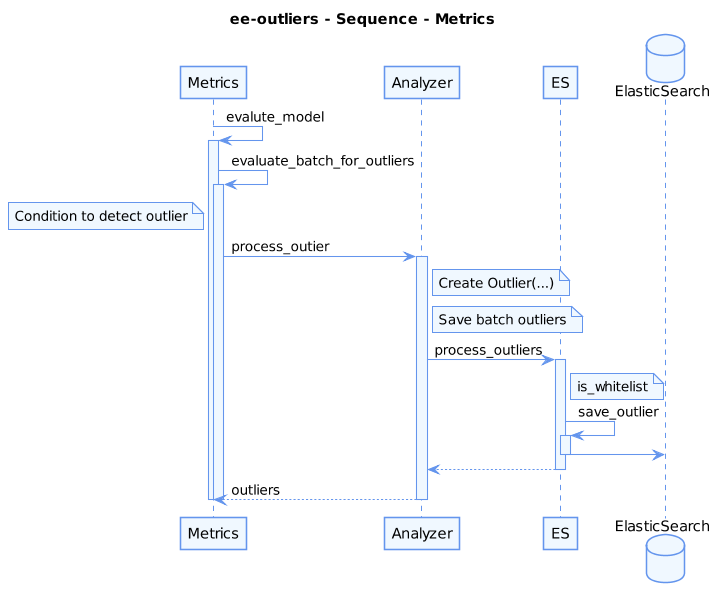
Before: documentation/UML/uml_sequence_metrics.png, a diagram exported from PlantUML (NVISOsecurity/ee-outliers).
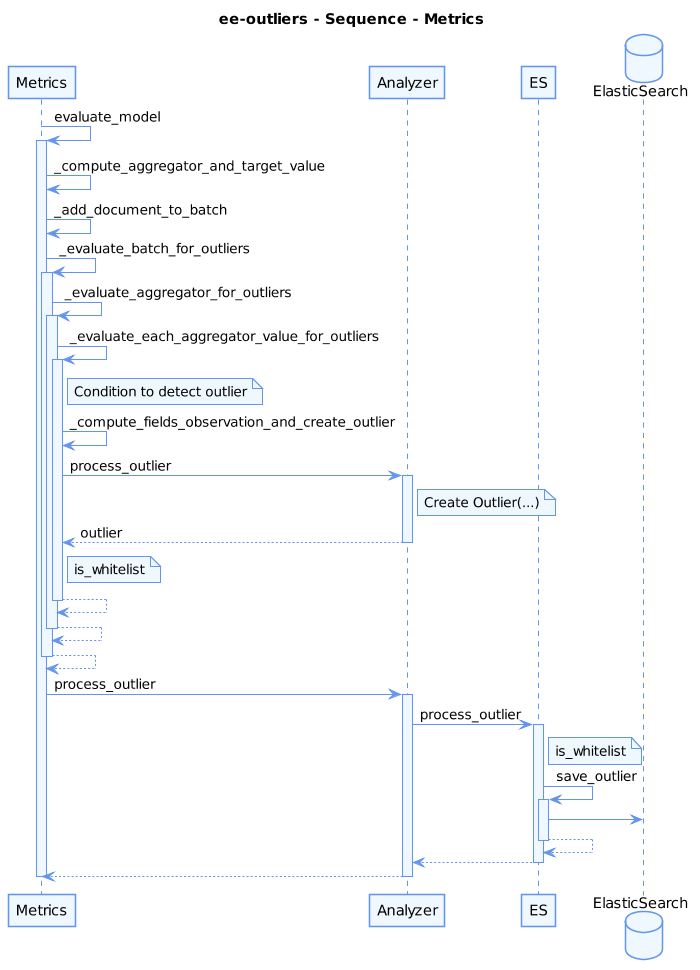
Later version of the same file.

Commit message:
Update diagram of sequence for metrics

Change to the diagram source:
```diff
@@ -40,41 +40,64 @@
 participant ES
 database ElasticSearch
 
-Metrics -> Metrics : evalute_model
+Metrics -> Metrics : evaluate_model
 activate Metrics
 
-Metrics -> Metrics : evaluate_batch_for_outliers
-activate Metrics
+    Metrics -> Metrics : _compute_aggregator_and_target_value
+    Metrics -> Metrics : _add_document_to_batch
 
-note left of Metrics
-    Condition to detect outlier
-end note
+    Metrics -> Metrics : _evaluate_batch_for_outliers
+    activate Metrics
 
-Metrics -> Analyzer : process_outier
-activate Analyzer
+        Metrics -> Metrics : _evaluate_aggregator_for_outliers
+        activate Metrics
 
-note right of Analyzer
-    Create Outlier(...)
-end note
+            Metrics -> Metrics : _evaluate_each_aggregator_value_for_outliers
+            activate Metrics
 
-note right of Analyzer
-    Save batch outliers
-end note
+                note right of Metrics
+                    Condition to detect outlier
+                end note
+                Metrics -> Metrics : _compute_fields_observation_and_create_outlier
+                Metrics -> Analyzer : process_outlier
+                activate Analyzer
 
-Analyzer -> ES : process_outliers
-activate ES
-note right of ES
-    is_whitelist
-end note
+                    note right of Analyzer
+                        Create Outlier(...)
+                    end note
 
-ES -> ES : save_outlier
-activate ES
-ES -> ElasticSearch
-deactivate ES
-return
+                return outlier
 
-return outliers
+                note right of Metrics
+                    is_whitelist
+                end note
+
+            return
+
+        return
+
+    return
+
+    Metrics -> Analyzer : process_outlier
+    activate Analyzer
+
+        Analyzer -> ES : process_outlier
+        activate ES
+
+            note right of ES
+                is_whitelist
+            end note
+
+            ES -> ES : save_outlier
+            activate ES
+
+                ES -> ElasticSearch
+
+            return
+
+        return
+
+    return
 
 deactivate Metrics
-deactivate Metrics
 @enduml
```
